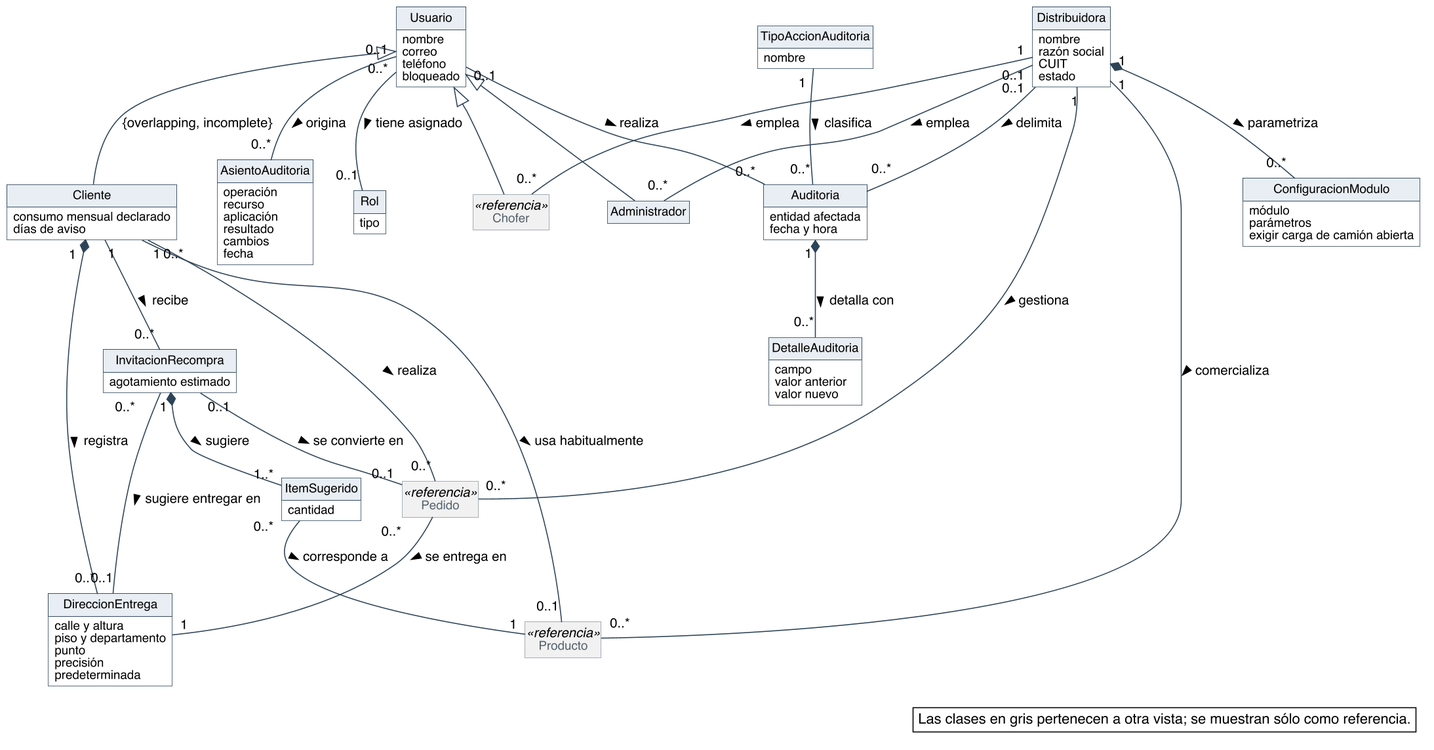
Above: diagramas/modelo-conceptual/MC_Usuarios-y-cuentas.png in Nahuelito-Dev/splg-docs (PlantUML), before the change.
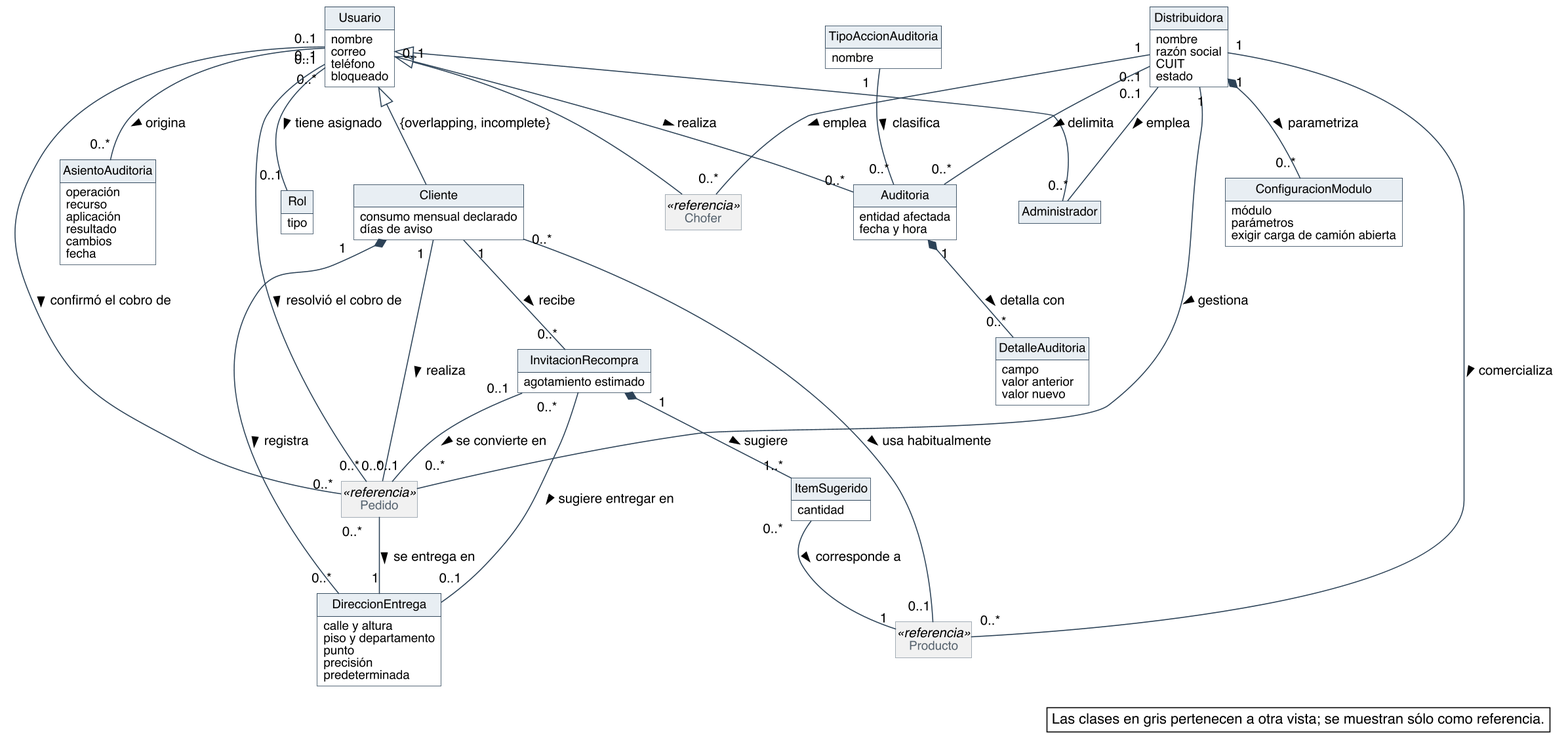
Later version of the same file.

The edit, as a diff of the source:
```diff
@@ -121,6 +121,8 @@
 InvitacionRecompra "0..*" -- "0..1" DireccionEntrega : sugiere entregar en >
 ItemSugerido "0..*" -- "1" Producto : corresponde a >
 Pedido "0..*" -- "1" DireccionEntrega : se entrega en >
+Usuario "0..1" -- "0..*" Pedido : confirmó el cobro de >
+Usuario "0..1" -- "0..*" Pedido : resolvió el cobro de >
 
 legend bottom right
   Las clases en gris pertenecen a otra vista; se muestran sólo como referencia.
```
